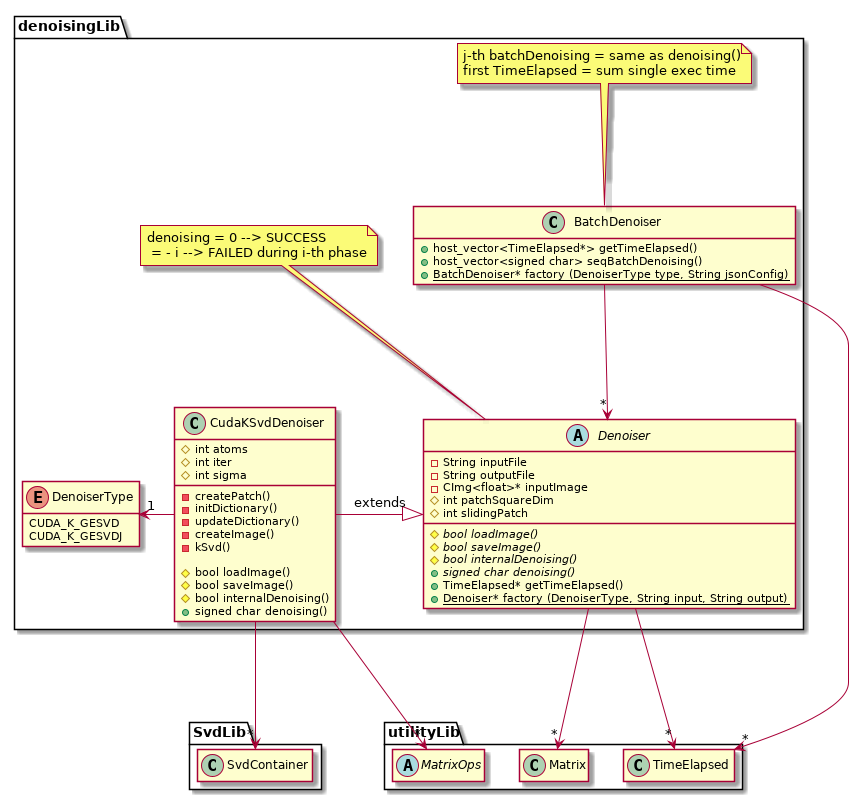
newfla/CUDA-K-SVD-Denoising keeps this PlantUML diagram as uml/out/uml/src/DenoisingDiagram.png. Above is the earlier version. Its diagram source:
```plantuml
@startuml DenoisingDiagram

package denoisingLib{

    enum DenoiserType{
            CUDA_K_GESVD
            CUDA_K_GESVDJ
    }

    abstract class Denoiser{
        - String inputFile
        - String outputFile
        - CImg<float>* inputImage
        # int patchSquareDim
        # int slidingPatch

        {abstract} # bool loadImage()
        {abstract} # bool saveImage()
        {abstract} # bool internalDenoising()
        {abstract} + signed char denoising()
        + TimeElapsed* getTimeElapsed()
        {static} + Denoiser* factory (DenoiserType, String input, String output)
    }

    note top: denoising = 0 --> SUCCESS\n = - i --> FAILED during i-th phase

    class CudaKSvdDenoiser{
        # int atoms
        # int iter
        # int sigma

        - createPatch()
        - initDictionary()
        - updateDictionary()
        - createImage()
        - kSvd()

        # bool loadImage()
        # bool saveImage()
        # bool internalDenoising()
        + signed char denoising()
    }

    class BatchDenoiser{
        + host_vector<TimeElapsed*> getTimeElapsed()
        + host_vector<signed char> seqBatchDenoising()
        {static} + BatchDenoiser* factory (DenoiserType type, String jsonConfig)
    }

    note top: j-th batchDenoising = same as denoising()\nfirst TimeElapsed = sum single exec time


    CudaKSvdDenoiser -|> Denoiser : extends
    DenoiserType "1"<- CudaKSvdDenoiser
    BatchDenoiser --> "*" Denoiser

    hide BatchDenoiser fields
    hide DenoiserType methods
}

package utilityLib{
    class Matrix
    class TimeElapsed
    class Matrix
    abstract class MatrixOps

    hide Matrix fields
    hide Matrix methods

    hide TimeElapsed fields
    hide TimeElapsed methods

    hide MatrixOps fields
    hide MatrixOps methods
}

package SvdLib{
    class SvdContainer

    hide SvdContainer fields
    hide SvdContainer methods
}

BatchDenoiser ---> "*" TimeElapsed
Denoiser ---> "*" TimeElapsed
Denoiser ---> "*" Matrix
CudaKSvdDenoiser ---> "*" MatrixOps
CudaKSvdDenoiser ---> "*" SvdContainer

@enduml
```
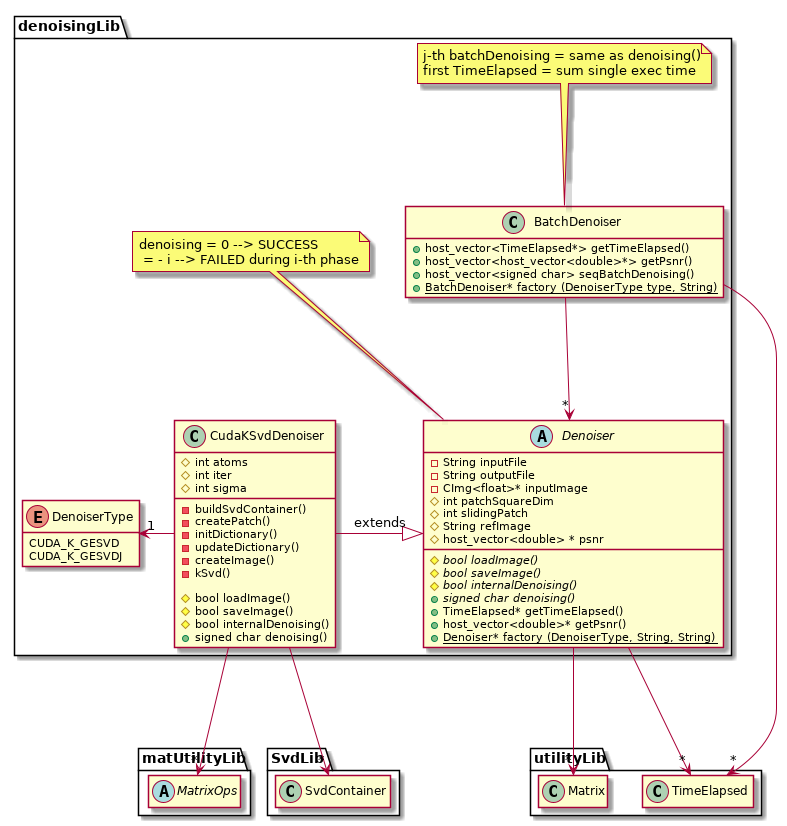
Later version of the same file.

The edit, as a diff of the source:
```diff
@@ -13,13 +13,16 @@
         - CImg<float>* inputImage
         # int patchSquareDim
         # int slidingPatch
+        # String refImage
+        # host_vector<double> * psnr
 
         {abstract} # bool loadImage()
         {abstract} # bool saveImage()
         {abstract} # bool internalDenoising()
         {abstract} + signed char denoising()
         + TimeElapsed* getTimeElapsed()
-        {static} + Denoiser* factory (DenoiserType, String input, String output)
+        + host_vector<double>* getPsnr()
+        {static} + Denoiser* factory (DenoiserType, String, String)
     }
 
     note top: denoising = 0 --> SUCCESS\n = - i --> FAILED during i-th phase
@@ -29,6 +32,7 @@
         # int iter
         # int sigma
 
+        - buildSvdContainer()
         - createPatch()
         - initDictionary()
         - updateDictionary()
@@ -43,8 +47,9 @@
 
     class BatchDenoiser{
         + host_vector<TimeElapsed*> getTimeElapsed()
+        + host_vector<host_vector<double>*> getPsnr()
         + host_vector<signed char> seqBatchDenoising()
-        {static} + BatchDenoiser* factory (DenoiserType type, String jsonConfig)
+        {static} + BatchDenoiser* factory (DenoiserType type, String)
     }
 
     note top: j-th batchDenoising = same as denoising()\nfirst TimeElapsed = sum single exec time
@@ -61,8 +66,7 @@
 package utilityLib{
     class Matrix
     class TimeElapsed
-    class Matrix
-    abstract class MatrixOps
+
 
     hide Matrix fields
     hide Matrix methods
@@ -70,6 +74,10 @@
     hide TimeElapsed fields
     hide TimeElapsed methods
 
+}
+
+package matUtilityLib{
+    abstract class MatrixOps
     hide MatrixOps fields
     hide MatrixOps methods
 }
```
